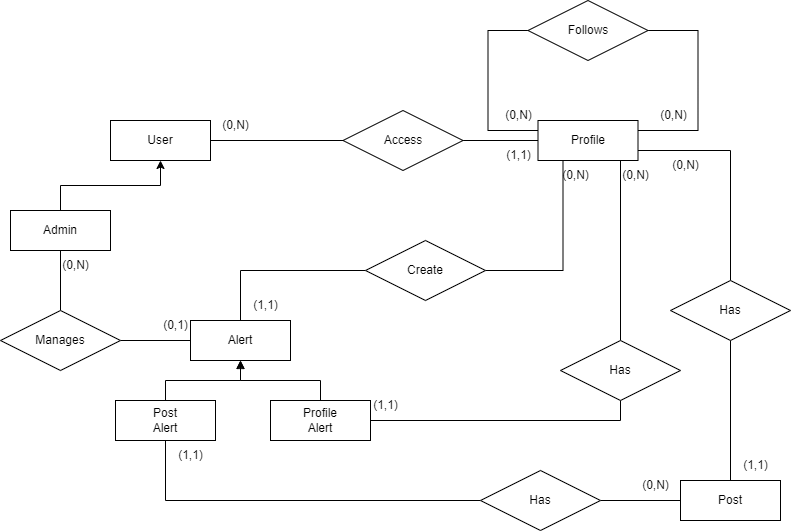
Above: docs/er_social.png in sergiostefanizzi/socialMicroservicesDocs (draw.io), before the change. Source tidied: cells renumbered, new cells last; positions are measured from the earlier drawing's top-left corner, leaving out a move shared by most shapes.
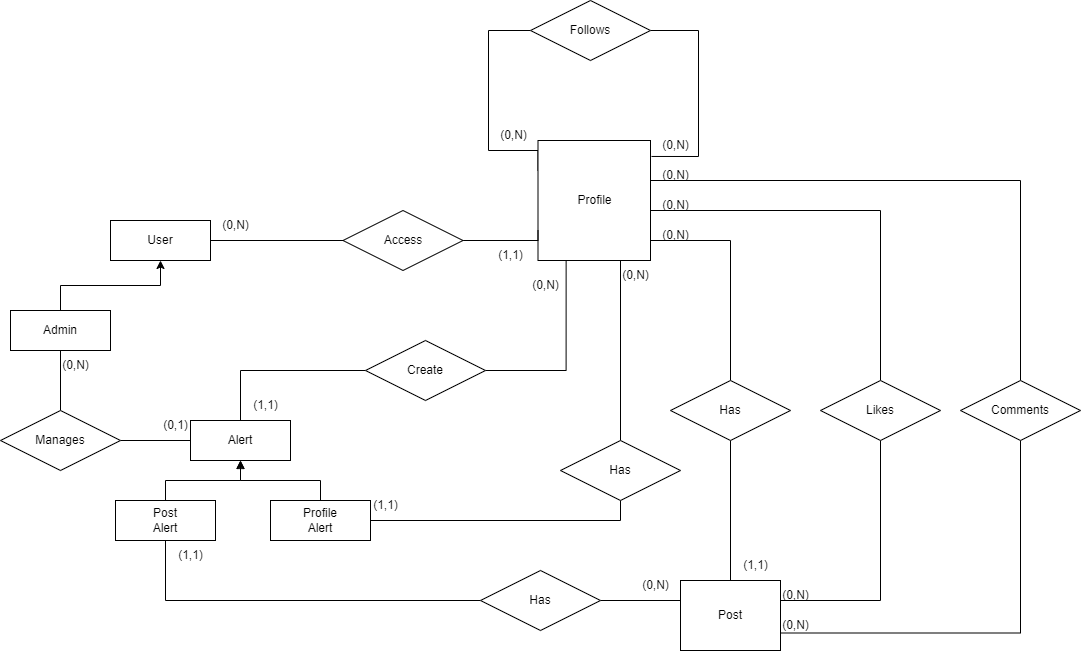
Above is the later version.

Change to the diagram source:
```diff
@@ -5,19 +5,43 @@
     <mxCell id="2" style="edgeStyle=orthogonalEdgeStyle;rounded=0;jettySize=auto;html=1;entryX=0;entryY=0.5;entryDx=0;entryDy=0;exitX=0;exitY=0.25;exitDx=0;exitDy=0;endArrow=none;endFill=0;" parent="1" edge="1" source="4" target="16">
       <mxGeometry relative="1" as="geometry">
         <Array as="points">
-          <mxPoint x="487.5" y="130" />
-          <mxPoint x="487.5" y="30" />
+          <mxPoint x="538" y="50" />
+          <mxPoint x="488" y="50" />
+          <mxPoint x="488" y="-70" />
         </Array>
       </mxGeometry>
     </mxCell>
-    <mxCell id="3" style="edgeStyle=orthogonalEdgeStyle;rounded=0;jettySize=auto;html=1;exitX=1;exitY=0.75;exitDx=0;exitDy=0;entryX=0.5;entryY=0;entryDx=0;entryDy=0;endArrow=none;endFill=0;" parent="1" edge="1" source="4" target="12">
-      <mxGeometry relative="1" as="geometry" />
+    <mxCell id="3" style="edgeStyle=orthogonalEdgeStyle;rounded=0;jettySize=auto;html=1;entryX=0.5;entryY=0;entryDx=0;entryDy=0;endArrow=none;endFill=0;" parent="1" edge="1" source="4" target="12">
+      <mxGeometry relative="1" as="geometry">
+        <Array as="points">
+          <mxPoint x="730" y="140" />
+        </Array>
+      </mxGeometry>
     </mxCell>
+    <mxCell id="47" style="edgeStyle=orthogonalEdgeStyle;rounded=0;jettySize=auto;html=1;endArrow=none;endFill=0;" parent="1" edge="1" source="4" target="50">
+      <mxGeometry relative="1" as="geometry">
+        <Array as="points">
+          <mxPoint x="880" y="110" />
+        </Array>
+      </mxGeometry>
+    </mxCell>
+    <mxCell id="48" style="edgeStyle=orthogonalEdgeStyle;rounded=0;jettySize=auto;html=1;exitX=1;exitY=0.25;exitDx=0;exitDy=0;entryX=0.5;entryY=0;entryDx=0;entryDy=0;endArrow=none;endFill=0;" parent="1" edge="1" source="4" target="52">
+      <mxGeometry relative="1" as="geometry">
+        <Array as="points">
+          <mxPoint x="650" y="80" />
+          <mxPoint x="1020" y="80" />
+        </Array>
+      </mxGeometry>
+    </mxCell>
     <mxCell id="4" value="Profile" style="whiteSpace=wrap;html=1;align=center;" parent="1" vertex="1">
-      <mxGeometry x="537.5" y="120" width="100" height="40" as="geometry" />
+      <mxGeometry x="537.5" y="40" width="112.5" height="120" as="geometry" />
     </mxCell>
-    <mxCell id="5" style="edgeStyle=orthogonalEdgeStyle;rounded=0;jettySize=auto;html=1;exitX=1;exitY=0.5;exitDx=0;exitDy=0;entryX=0;entryY=0.5;entryDx=0;entryDy=0;endArrow=none;endFill=0;" parent="1" edge="1" source="6" target="4">
-      <mxGeometry relative="1" as="geometry" />
+    <mxCell id="5" style="edgeStyle=orthogonalEdgeStyle;rounded=0;jettySize=auto;html=1;exitX=1;exitY=0.5;exitDx=0;exitDy=0;entryX=0;entryY=0.75;entryDx=0;entryDy=0;endArrow=none;endFill=0;" parent="1" edge="1" source="6" target="4">
+      <mxGeometry relative="1" as="geometry">
+        <Array as="points">
+          <mxPoint x="538" y="140" />
+        </Array>
+      </mxGeometry>
     </mxCell>
     <mxCell id="6" value="Access" style="shape=rhombus;perimeter=rhombusPerimeter;whiteSpace=wrap;html=1;align=center;" parent="1" vertex="1">
       <mxGeometry x="342.5" y="110" width="120" height="60" as="geometry" />
@@ -26,13 +50,17 @@
       <mxGeometry x="210" y="110" width="50" height="30" as="geometry" />
     </mxCell>
     <mxCell id="8" value="(1,1)" style="text;html=1;align=center;verticalAlign=middle;strokeColor=none;fillColor=none;" parent="1" vertex="1">
-      <mxGeometry x="492.5" y="140" width="50" height="30" as="geometry" />
+      <mxGeometry x="485" y="140" width="50" height="30" as="geometry" />
     </mxCell>
     <mxCell id="9" style="edgeStyle=orthogonalEdgeStyle;rounded=0;jettySize=auto;html=1;exitX=0;exitY=0.5;exitDx=0;exitDy=0;entryX=1;entryY=0.5;entryDx=0;entryDy=0;endArrow=none;endFill=0;" parent="1" edge="1" source="10" target="34">
-      <mxGeometry relative="1" as="geometry" />
+      <mxGeometry relative="1" as="geometry">
+        <Array as="points">
+          <mxPoint x="680" y="500" />
+        </Array>
+      </mxGeometry>
     </mxCell>
     <mxCell id="10" value="Post" style="whiteSpace=wrap;html=1;align=center;" parent="1" vertex="1">
-      <mxGeometry x="680" y="480" width="100" height="40" as="geometry" />
+      <mxGeometry x="680" y="480" width="100" height="70" as="geometry" />
     </mxCell>
     <mxCell id="11" style="edgeStyle=orthogonalEdgeStyle;rounded=0;jettySize=auto;html=1;exitX=0.5;exitY=1;exitDx=0;exitDy=0;entryX=0.5;entryY=0;entryDx=0;entryDy=0;endArrow=none;endFill=0;" parent="1" edge="1" source="12" target="10">
       <mxGeometry relative="1" as="geometry" />
@@ -41,27 +69,27 @@
       <mxGeometry x="670" y="280" width="120" height="60" as="geometry" />
     </mxCell>
     <mxCell id="13" value="(0,N)" style="text;html=1;align=center;verticalAlign=middle;strokeColor=none;fillColor=none;" parent="1" vertex="1">
-      <mxGeometry x="660" y="150" width="50" height="30" as="geometry" />
+      <mxGeometry x="650" y="120" width="50" height="30" as="geometry" />
     </mxCell>
     <mxCell id="14" value="(1,1)" style="text;html=1;align=center;verticalAlign=middle;strokeColor=none;fillColor=none;" parent="1" vertex="1">
       <mxGeometry x="730" y="450" width="50" height="30" as="geometry" />
     </mxCell>
-    <mxCell id="15" style="edgeStyle=orthogonalEdgeStyle;rounded=0;jettySize=auto;html=1;exitX=1;exitY=0.5;exitDx=0;exitDy=0;entryX=1;entryY=0.25;entryDx=0;entryDy=0;endArrow=none;endFill=0;" parent="1" edge="1" source="16" target="4">
+    <mxCell id="15" style="edgeStyle=orthogonalEdgeStyle;rounded=0;jettySize=auto;html=1;exitX=1;exitY=0.5;exitDx=0;exitDy=0;entryX=1.009;entryY=0.133;entryDx=0;entryDy=0;endArrow=none;endFill=0;entryPerimeter=0;" parent="1" edge="1" source="16" target="4">
       <mxGeometry relative="1" as="geometry">
         <Array as="points">
-          <mxPoint x="697.5" y="30" />
-          <mxPoint x="697.5" y="130" />
+          <mxPoint x="698" y="-70" />
+          <mxPoint x="698" y="56" />
         </Array>
       </mxGeometry>
     </mxCell>
     <mxCell id="16" value="Follows" style="shape=rhombus;perimeter=rhombusPerimeter;whiteSpace=wrap;html=1;align=center;" parent="1" vertex="1">
-      <mxGeometry x="527.5" width="120" height="60" as="geometry" />
+      <mxGeometry x="530" y="-100" width="120" height="60" as="geometry" />
     </mxCell>
     <mxCell id="17" value="(0,N)" style="text;html=1;align=center;verticalAlign=middle;strokeColor=none;fillColor=none;" parent="1" vertex="1">
-      <mxGeometry x="492.5" y="100" width="50" height="30" as="geometry" />
+      <mxGeometry x="487.5" y="20" width="50" height="30" as="geometry" />
     </mxCell>
     <mxCell id="18" value="(0,N)" style="text;html=1;align=center;verticalAlign=middle;strokeColor=none;fillColor=none;" parent="1" vertex="1">
-      <mxGeometry x="647.5" y="100" width="50" height="30" as="geometry" />
+      <mxGeometry x="650" y="30" width="50" height="30" as="geometry" />
     </mxCell>
     <mxCell id="19" style="edgeStyle=orthogonalEdgeStyle;rounded=0;jettySize=auto;html=1;entryX=0;entryY=0.5;entryDx=0;entryDy=0;endArrow=none;endFill=0;" parent="1" edge="1" source="20" target="6">
       <mxGeometry relative="1" as="geometry" />
@@ -149,10 +177,39 @@
       <mxGeometry x="365" y="240" width="120" height="60" as="geometry" />
     </mxCell>
     <mxCell id="45" value="(0,N)" style="text;html=1;align=center;verticalAlign=middle;strokeColor=none;fillColor=none;" parent="1" vertex="1">
-      <mxGeometry x="550" y="160" width="50" height="30" as="geometry" />
+      <mxGeometry x="520" y="170" width="50" height="30" as="geometry" />
     </mxCell>
     <mxCell id="46" value="(1,1)" style="text;html=1;align=center;verticalAlign=middle;strokeColor=none;fillColor=none;" parent="1" vertex="1">
       <mxGeometry x="240" y="290" width="50" height="30" as="geometry" />
     </mxCell>
+    <mxCell id="49" style="edgeStyle=orthogonalEdgeStyle;rounded=0;jettySize=auto;html=1;exitX=0.5;exitY=1;exitDx=0;exitDy=0;entryX=1;entryY=0.5;entryDx=0;entryDy=0;endArrow=none;endFill=0;" parent="1" edge="1" source="50" target="10">
+      <mxGeometry relative="1" as="geometry">
+        <Array as="points">
+          <mxPoint x="880" y="500" />
+          <mxPoint x="780" y="500" />
+        </Array>
+      </mxGeometry>
+    </mxCell>
+    <mxCell id="50" value="Likes" style="shape=rhombus;perimeter=rhombusPerimeter;whiteSpace=wrap;html=1;align=center;" parent="1" vertex="1">
+      <mxGeometry x="820" y="280" width="120" height="60" as="geometry" />
+    </mxCell>
+    <mxCell id="51" style="edgeStyle=orthogonalEdgeStyle;rounded=0;jettySize=auto;html=1;exitX=0.5;exitY=1;exitDx=0;exitDy=0;entryX=1;entryY=0.75;entryDx=0;entryDy=0;endArrow=none;endFill=0;" parent="1" edge="1" source="52" target="10">
+      <mxGeometry relative="1" as="geometry" />
+    </mxCell>
+    <mxCell id="52" value="Comments" style="shape=rhombus;perimeter=rhombusPerimeter;whiteSpace=wrap;html=1;align=center;" parent="1" vertex="1">
+      <mxGeometry x="960" y="280" width="120" height="60" as="geometry" />
+    </mxCell>
+    <mxCell id="53" value="(0,N)" style="text;html=1;align=center;verticalAlign=middle;strokeColor=none;fillColor=none;" parent="1" vertex="1">
+      <mxGeometry x="650" y="90" width="50" height="30" as="geometry" />
+    </mxCell>
+    <mxCell id="54" value="(0,N)" style="text;html=1;align=center;verticalAlign=middle;strokeColor=none;fillColor=none;" parent="1" vertex="1">
+      <mxGeometry x="770" y="480" width="50" height="30" as="geometry" />
+    </mxCell>
+    <mxCell id="55" value="(0,N)" style="text;html=1;align=center;verticalAlign=middle;strokeColor=none;fillColor=none;" parent="1" vertex="1">
+      <mxGeometry x="650" y="60" width="50" height="30" as="geometry" />
+    </mxCell>
+    <mxCell id="56" value="(0,N)" style="text;html=1;align=center;verticalAlign=middle;strokeColor=none;fillColor=none;" parent="1" vertex="1">
+      <mxGeometry x="770" y="510" width="50" height="30" as="geometry" />
+    </mxCell>
   </root>
 </mxGraphModel>
```
